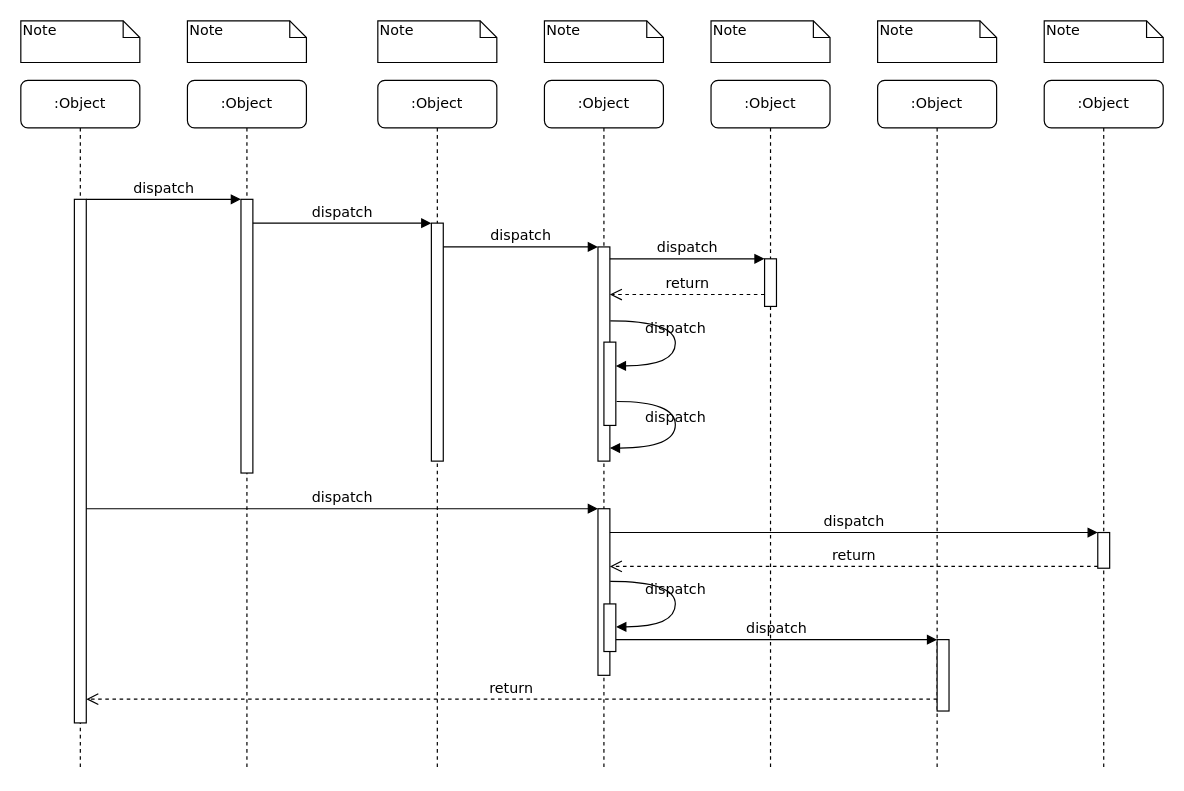
The draw.io diagram 自定义上报技术方案.drawio in Hantron/jira, before the edit. Source tidied: cells renumbered, new cells numbered last; positions are measured from the earlier drawing's top-left corner, leaving out a move shared by most shapes. Both pictures are drawn from the tidied source at 119%, with x=0, y=0 at pixel (20, 20).
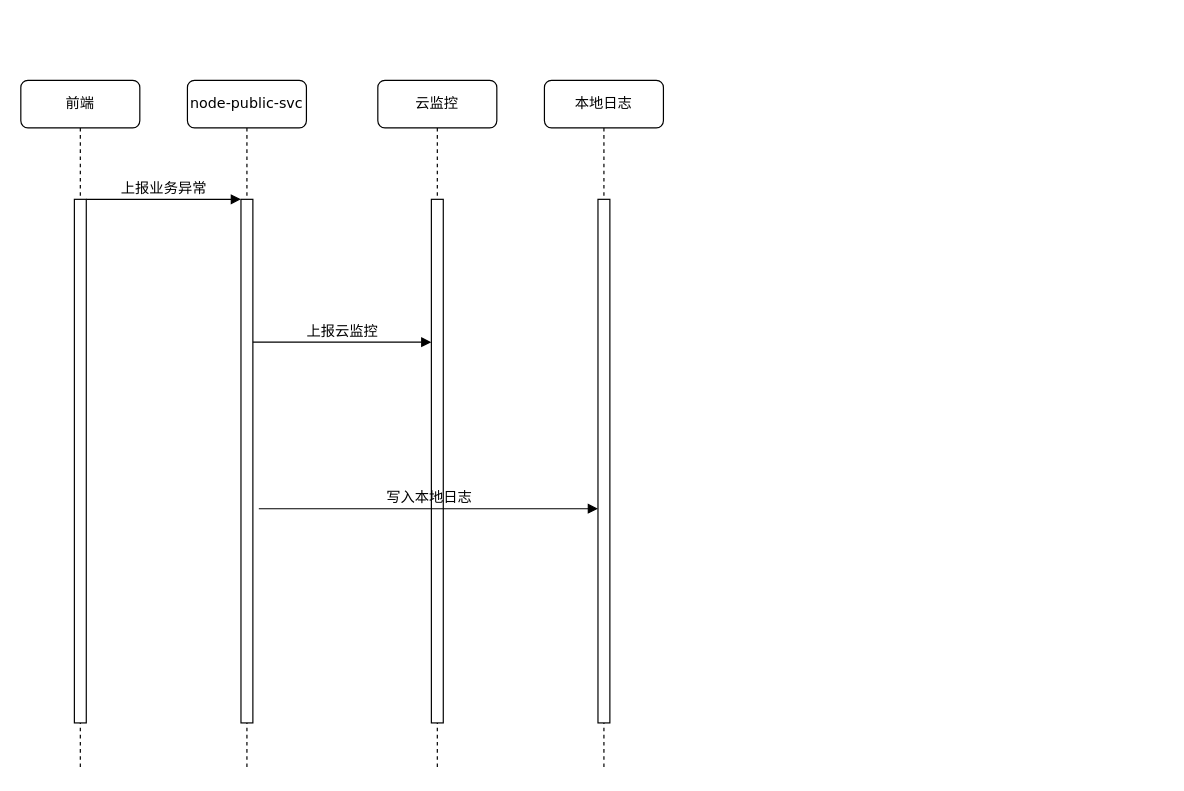
After the change.

Commit message:
更新自定义上报技术方案.drawio

Unchanged cells that the change refers to:
```xml
<mxCell id="11" style="html=1;points=[];perimeter=orthogonalPerimeter;rounded=0;shadow=0;comic=0;labelBackgroundColor=none;strokeWidth=1;fontFamily=Verdana;fontSize=12;align=center;" parent="10" vertex="1">
  <mxGeometry x="45" y="100" width="10" height="440" as="geometry" />
</mxCell>
```

The edit, as a diff of the source:
```diff
@@
-    <mxCell id="2" value=":Object" style="shape=umlLifeline;perimeter=lifelinePerimeter;whiteSpace=wrap;html=1;rounded=1;shadow=0;comic=0;labelBackgroundColor=none;strokeWidth=1;fontFamily=Verdana;fontSize=12;align=center;" parent="1" vertex="1">
+    <mxCell id="2" value="node-public-svc" style="shape=umlLifeline;perimeter=lifelinePerimeter;whiteSpace=wrap;html=1;rounded=1;shadow=0;comic=0;labelBackgroundColor=none;strokeWidth=1;fontFamily=Verdana;fontSize=12;align=center;" parent="1" vertex="1">
       <mxGeometry x="140" y="50" width="100" height="580" as="geometry" />
     </mxCell>
     <mxCell id="3" style="html=1;points=[];perimeter=orthogonalPerimeter;rounded=0;shadow=0;comic=0;labelBackgroundColor=none;strokeWidth=1;fontFamily=Verdana;fontSize=12;align=center;" parent="2" vertex="1">
-      <mxGeometry x="45" y="100" width="10" height="230" as="geometry" />
+      <mxGeometry x="45" y="100" width="10" height="440" as="geometry" />
     </mxCell>
+    <mxCell id="26" value="上报云监控" style="html=1;verticalAlign=bottom;endArrow=block;entryX=0;entryY=0;labelBackgroundColor=none;fontFamily=Verdana;fontSize=12;edgeStyle=elbowEdgeStyle;elbow=vertical;" parent="2" edge="1">
+      <mxGeometry relative="1" as="geometry">
+        <mxPoint x="55" y="220" as="sourcePoint" />
+        <mxPoint x="205" y="220" as="targetPoint" />
+      </mxGeometry>
+    </mxCell>
-    <mxCell id="4" value=":Object" style="shape=umlLifeline;perimeter=lifelinePerimeter;whiteSpace=wrap;html=1;rounded=1;shadow=0;comic=0;labelBackgroundColor=none;strokeWidth=1;fontFamily=Verdana;fontSize=12;align=center;" parent="1" vertex="1">
+    <mxCell id="4" value="云监控" style="shape=umlLifeline;perimeter=lifelinePerimeter;whiteSpace=wrap;html=1;rounded=1;shadow=0;comic=0;labelBackgroundColor=none;strokeWidth=1;fontFamily=Verdana;fontSize=12;align=center;" parent="1" vertex="1">
       <mxGeometry x="300" y="50" width="100" height="580" as="geometry" />
     </mxCell>
     <mxCell id="5" style="html=1;points=[];perimeter=orthogonalPerimeter;rounded=0;shadow=0;comic=0;labelBackgroundColor=none;strokeWidth=1;fontFamily=Verdana;fontSize=12;align=center;" parent="4" vertex="1">
-      <mxGeometry x="45" y="120" width="10" height="200" as="geometry" />
+      <mxGeometry x="45" y="100" width="10" height="440" as="geometry" />
     </mxCell>
-    <mxCell id="6" value=":Object" style="shape=umlLifeline;perimeter=lifelinePerimeter;whiteSpace=wrap;html=1;rounded=1;shadow=0;comic=0;labelBackgroundColor=none;strokeWidth=1;fontFamily=Verdana;fontSize=12;align=center;" parent="1" vertex="1">
+    <mxCell id="6" value="本地日志" style="shape=umlLifeline;perimeter=lifelinePerimeter;whiteSpace=wrap;html=1;rounded=1;shadow=0;comic=0;labelBackgroundColor=none;strokeWidth=1;fontFamily=Verdana;fontSize=12;align=center;" parent="1" vertex="1">
       <mxGeometry x="440" y="50" width="100" height="580" as="geometry" />
     </mxCell>
-    <mxCell id="7" value=":Object" style="shape=umlLifeline;perimeter=lifelinePerimeter;whiteSpace=wrap;html=1;rounded=1;shadow=0;comic=0;labelBackgroundColor=none;strokeWidth=1;fontFamily=Verdana;fontSize=12;align=center;" parent="1" vertex="1">
-      <mxGeometry x="580" y="50" width="100" height="580" as="geometry" />
-    </mxCell>
-    <mxCell id="8" value=":Object" style="shape=umlLifeline;perimeter=lifelinePerimeter;whiteSpace=wrap;html=1;rounded=1;shadow=0;comic=0;labelBackgroundColor=none;strokeWidth=1;fontFamily=Verdana;fontSize=12;align=center;" parent="1" vertex="1">
-      <mxGeometry x="720" y="50" width="100" height="580" as="geometry" />
-    </mxCell>
-    <mxCell id="9" value=":Object" style="shape=umlLifeline;perimeter=lifelinePerimeter;whiteSpace=wrap;html=1;rounded=1;shadow=0;comic=0;labelBackgroundColor=none;strokeWidth=1;fontFamily=Verdana;fontSize=12;align=center;" parent="1" vertex="1">
-      <mxGeometry x="860" y="50" width="100" height="580" as="geometry" />
-    </mxCell>
-    <mxCell id="10" value=":Object" style="shape=umlLifeline;perimeter=lifelinePerimeter;whiteSpace=wrap;html=1;rounded=1;shadow=0;comic=0;labelBackgroundColor=none;strokeWidth=1;fontFamily=Verdana;fontSize=12;align=center;" parent="1" vertex="1">
+    <mxCell id="10" value="前端" style="shape=umlLifeline;perimeter=lifelinePerimeter;whiteSpace=wrap;html=1;rounded=1;shadow=0;comic=0;labelBackgroundColor=none;strokeWidth=1;fontFamily=Verdana;fontSize=12;align=center;" parent="1" vertex="1">
       <mxGeometry y="50" width="100" height="580" as="geometry" />
     </mxCell>
@@
     <mxCell id="12" style="html=1;points=[];perimeter=orthogonalPerimeter;rounded=0;shadow=0;comic=0;labelBackgroundColor=none;strokeWidth=1;fontFamily=Verdana;fontSize=12;align=center;" parent="1" vertex="1">
-      <mxGeometry x="485" y="190" width="10" height="180" as="geometry" />
+      <mxGeometry x="485" y="150" width="10" height="440" as="geometry" />
     </mxCell>
-    <mxCell id="13" value="dispatch" style="html=1;verticalAlign=bottom;endArrow=block;labelBackgroundColor=none;fontFamily=Verdana;fontSize=12;edgeStyle=elbowEdgeStyle;elbow=vertical;" parent="1" edge="1" source="5" target="12">
-      <mxGeometry relative="1" as="geometry">
-        <Array as="points">
-          <mxPoint x="360" y="190" />
-        </Array>
-      </mxGeometry>
-    </mxCell>
-    <mxCell id="14" style="html=1;points=[];perimeter=orthogonalPerimeter;rounded=0;shadow=0;comic=0;labelBackgroundColor=none;strokeWidth=1;fontFamily=Verdana;fontSize=12;align=center;" parent="1" vertex="1">
-      <mxGeometry x="625" y="200" width="10" height="40" as="geometry" />
-    </mxCell>
-    <mxCell id="15" value="dispatch" style="html=1;verticalAlign=bottom;endArrow=block;entryX=0;entryY=0;labelBackgroundColor=none;fontFamily=Verdana;fontSize=12;edgeStyle=elbowEdgeStyle;elbow=vertical;" parent="1" edge="1" source="12" target="14">
-      <mxGeometry relative="1" as="geometry" />
-    </mxCell>
-    <mxCell id="16" value="return" style="html=1;verticalAlign=bottom;endArrow=open;dashed=1;endSize=8;labelBackgroundColor=none;fontFamily=Verdana;fontSize=12;edgeStyle=elbowEdgeStyle;elbow=vertical;" parent="1" edge="1" source="14" target="12">
-      <mxGeometry relative="1" as="geometry">
-        <Array as="points">
-          <mxPoint x="570" y="230" />
-          <mxPoint x="600" y="230" />
-        </Array>
-      </mxGeometry>
-    </mxCell>
-    <mxCell id="17" style="html=1;points=[];perimeter=orthogonalPerimeter;rounded=0;shadow=0;comic=0;labelBackgroundColor=none;strokeWidth=1;fontFamily=Verdana;fontSize=12;align=center;" parent="1" vertex="1">
-      <mxGeometry x="485" y="410" width="10" height="140" as="geometry" />
-    </mxCell>
-    <mxCell id="18" value="dispatch" style="html=1;verticalAlign=bottom;endArrow=block;entryX=0;entryY=0;labelBackgroundColor=none;fontFamily=Verdana;fontSize=12;" parent="1" edge="1" source="11" target="17">
-      <mxGeometry relative="1" as="geometry" />
+    <mxCell id="18" value="写入本地日志" style="html=1;verticalAlign=bottom;endArrow=block;entryX=0;entryY=0;labelBackgroundColor=none;fontFamily=Verdana;fontSize=12;" parent="1" edge="1">
+      <mxGeometry relative="1" as="geometry">
+        <mxPoint x="200" y="410" as="sourcePoint" />
+        <mxPoint x="485" y="410" as="targetPoint" />
+      </mxGeometry>
     </mxCell>
-    <mxCell id="19" style="html=1;points=[];perimeter=orthogonalPerimeter;rounded=0;shadow=0;comic=0;labelBackgroundColor=none;strokeColor=#000000;strokeWidth=1;fillColor=#FFFFFF;fontFamily=Verdana;fontSize=12;fontColor=#000000;align=center;" parent="1" vertex="1">
-      <mxGeometry x="905" y="430" width="10" height="30" as="geometry" />
-    </mxCell>
-    <mxCell id="20" value="dispatch" style="html=1;verticalAlign=bottom;endArrow=block;entryX=0;entryY=0;labelBackgroundColor=none;fontFamily=Verdana;fontSize=12;" parent="1" edge="1" source="17" target="19">
-      <mxGeometry relative="1" as="geometry" />
-    </mxCell>
-    <mxCell id="21" value="return" style="html=1;verticalAlign=bottom;endArrow=open;dashed=1;endSize=8;exitX=0;exitY=0.95;labelBackgroundColor=none;fontFamily=Verdana;fontSize=12;" parent="1" edge="1" source="19" target="17">
-      <mxGeometry relative="1" as="geometry" />
-    </mxCell>
-    <mxCell id="22" style="html=1;points=[];perimeter=orthogonalPerimeter;rounded=0;shadow=0;comic=0;labelBackgroundColor=none;strokeWidth=1;fontFamily=Verdana;fontSize=12;align=center;" parent="1" vertex="1">
-      <mxGeometry x="770" y="520" width="10" height="60" as="geometry" />
-    </mxCell>
-    <mxCell id="23" value="dispatch" style="html=1;verticalAlign=bottom;endArrow=block;entryX=0;entryY=0;labelBackgroundColor=none;fontFamily=Verdana;fontSize=12;edgeStyle=elbowEdgeStyle;elbow=vertical;" parent="1" edge="1" source="30" target="22">
-      <mxGeometry relative="1" as="geometry" />
-    </mxCell>
-    <mxCell id="24" value="return" style="html=1;verticalAlign=bottom;endArrow=open;dashed=1;endSize=8;labelBackgroundColor=none;fontFamily=Verdana;fontSize=12;edgeStyle=elbowEdgeStyle;elbow=vertical;" parent="1" edge="1" source="22" target="11">
-      <mxGeometry relative="1" as="geometry">
-        <Array as="points">
-          <mxPoint x="470" y="570" />
-        </Array>
-      </mxGeometry>
-    </mxCell>
-    <mxCell id="25" value="dispatch" style="html=1;verticalAlign=bottom;endArrow=block;entryX=0;entryY=0;labelBackgroundColor=none;fontFamily=Verdana;fontSize=12;edgeStyle=elbowEdgeStyle;elbow=vertical;" parent="1" edge="1" source="11" target="3">
+    <mxCell id="25" value="上报业务异常" style="html=1;verticalAlign=bottom;endArrow=block;entryX=0;entryY=0;labelBackgroundColor=none;fontFamily=Verdana;fontSize=12;edgeStyle=elbowEdgeStyle;elbow=vertical;" parent="1" edge="1" source="11" target="3">
       <mxGeometry relative="1" as="geometry" />
     </mxCell>
-    <mxCell id="26" value="dispatch" style="html=1;verticalAlign=bottom;endArrow=block;entryX=0;entryY=0;labelBackgroundColor=none;fontFamily=Verdana;fontSize=12;edgeStyle=elbowEdgeStyle;elbow=vertical;" parent="1" edge="1" source="3" target="5">
-      <mxGeometry relative="1" as="geometry" />
-    </mxCell>
-    <mxCell id="27" style="html=1;points=[];perimeter=orthogonalPerimeter;rounded=0;shadow=0;comic=0;labelBackgroundColor=none;strokeWidth=1;fontFamily=Verdana;fontSize=12;align=center;" parent="1" vertex="1">
-      <mxGeometry x="490" y="270" width="10" height="70" as="geometry" />
-    </mxCell>
-    <mxCell id="28" value="dispatch" style="html=1;verticalAlign=bottom;endArrow=block;labelBackgroundColor=none;fontFamily=Verdana;fontSize=12;elbow=vertical;edgeStyle=orthogonalEdgeStyle;curved=1;entryX=1;entryY=0.286;entryPerimeter=0;exitX=1.038;exitY=0.345;exitPerimeter=0;" parent="1" edge="1" source="12" target="27">
-      <mxGeometry relative="1" as="geometry">
-        <Array as="points">
-          <mxPoint x="550" y="252" />
-          <mxPoint x="550" y="290" />
-        </Array>
-      </mxGeometry>
-    </mxCell>
-    <mxCell id="29" value="dispatch" style="html=1;verticalAlign=bottom;endArrow=block;labelBackgroundColor=none;fontFamily=Verdana;fontSize=12;elbow=vertical;edgeStyle=orthogonalEdgeStyle;curved=1;exitX=1.066;exitY=0.713;exitPerimeter=0;" parent="1" edge="1" source="27">
-      <mxGeometry relative="1" as="geometry">
-        <mxPoint x="495" y="359" as="targetPoint" />
-        <Array as="points">
-          <mxPoint x="550" y="320" />
-          <mxPoint x="550" y="359" />
-        </Array>
-      </mxGeometry>
-    </mxCell>
-    <mxCell id="30" style="html=1;points=[];perimeter=orthogonalPerimeter;rounded=0;shadow=0;comic=0;labelBackgroundColor=none;strokeWidth=1;fontFamily=Verdana;fontSize=12;align=center;" parent="1" vertex="1">
-      <mxGeometry x="490" y="490" width="10" height="40" as="geometry" />
-    </mxCell>
-    <mxCell id="31" value="dispatch" style="html=1;verticalAlign=bottom;endArrow=block;labelBackgroundColor=none;fontFamily=Verdana;fontSize=12;elbow=vertical;edgeStyle=orthogonalEdgeStyle;curved=1;entryX=1;entryY=0.286;entryPerimeter=0;exitX=1.038;exitY=0.345;exitPerimeter=0;" parent="1" edge="1">
-      <mxGeometry relative="1" as="geometry">
-        <mxPoint x="495.3" y="471" as="sourcePoint" />
-        <mxPoint x="500.3" y="509.3" as="targetPoint" />
-        <Array as="points">
-          <mxPoint x="550" y="471" />
-          <mxPoint x="550" y="509" />
-        </Array>
-      </mxGeometry>
-    </mxCell>
-    <mxCell id="32" value="Note" style="shape=note;whiteSpace=wrap;html=1;size=14;verticalAlign=top;align=left;spacingTop=-6;rounded=0;shadow=0;comic=0;labelBackgroundColor=none;strokeWidth=1;fontFamily=Verdana;fontSize=12;" parent="1" vertex="1">
-      <mxGeometry width="100" height="35" as="geometry" />
-    </mxCell>
-    <mxCell id="33" value="Note" style="shape=note;whiteSpace=wrap;html=1;size=14;verticalAlign=top;align=left;spacingTop=-6;rounded=0;shadow=0;comic=0;labelBackgroundColor=none;strokeWidth=1;fontFamily=Verdana;fontSize=12;" parent="1" vertex="1">
-      <mxGeometry x="140" width="100" height="35" as="geometry" />
-    </mxCell>
-    <mxCell id="34" value="Note" style="shape=note;whiteSpace=wrap;html=1;size=14;verticalAlign=top;align=left;spacingTop=-6;rounded=0;shadow=0;comic=0;labelBackgroundColor=none;strokeWidth=1;fontFamily=Verdana;fontSize=12;" parent="1" vertex="1">
-      <mxGeometry x="300" width="100" height="35" as="geometry" />
-    </mxCell>
-    <mxCell id="35" value="Note" style="shape=note;whiteSpace=wrap;html=1;size=14;verticalAlign=top;align=left;spacingTop=-6;rounded=0;shadow=0;comic=0;labelBackgroundColor=none;strokeWidth=1;fontFamily=Verdana;fontSize=12;" parent="1" vertex="1">
-      <mxGeometry x="440" width="100" height="35" as="geometry" />
-    </mxCell>
-    <mxCell id="36" value="Note" style="shape=note;whiteSpace=wrap;html=1;size=14;verticalAlign=top;align=left;spacingTop=-6;rounded=0;shadow=0;comic=0;labelBackgroundColor=none;strokeWidth=1;fontFamily=Verdana;fontSize=12;" parent="1" vertex="1">
-      <mxGeometry x="580" width="100" height="35" as="geometry" />
-    </mxCell>
-    <mxCell id="37" value="Note" style="shape=note;whiteSpace=wrap;html=1;size=14;verticalAlign=top;align=left;spacingTop=-6;rounded=0;shadow=0;comic=0;labelBackgroundColor=none;strokeWidth=1;fontFamily=Verdana;fontSize=12;" parent="1" vertex="1">
-      <mxGeometry x="720" width="100" height="35" as="geometry" />
-    </mxCell>
-    <mxCell id="38" value="Note" style="shape=note;whiteSpace=wrap;html=1;size=14;verticalAlign=top;align=left;spacingTop=-6;rounded=0;shadow=0;comic=0;labelBackgroundColor=none;strokeWidth=1;fontFamily=Verdana;fontSize=12;" parent="1" vertex="1">
-      <mxGeometry x="860" width="100" height="35" as="geometry" />
-    </mxCell>
```
